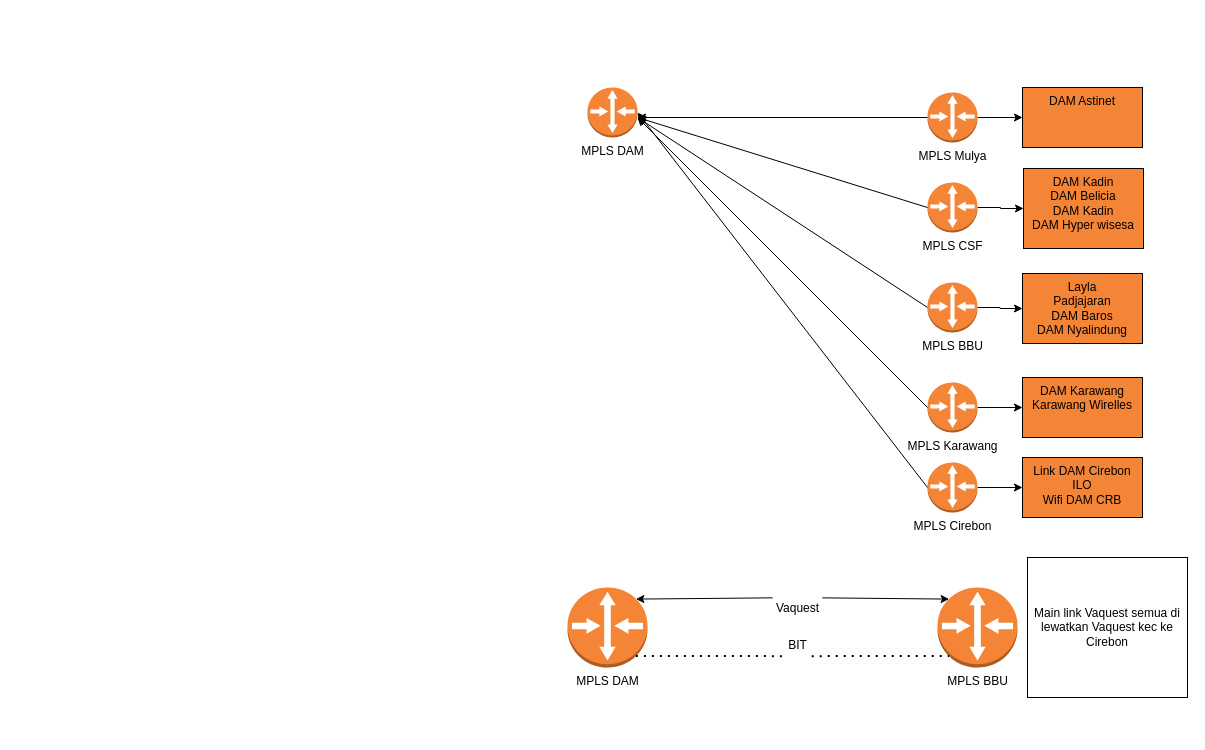
akbar12109/akbar12109.github.io keeps this draw.io diagram as DAM.drawio. Above is the earlier version. Source tidied: cells renumbered, new cells numbered last; positions are measured from the earlier drawing's top-left corner, leaving out a move shared by most shapes. Both pictures are drawn from the tidied source at 100%, with x=0, y=0 at pixel (567, 87).
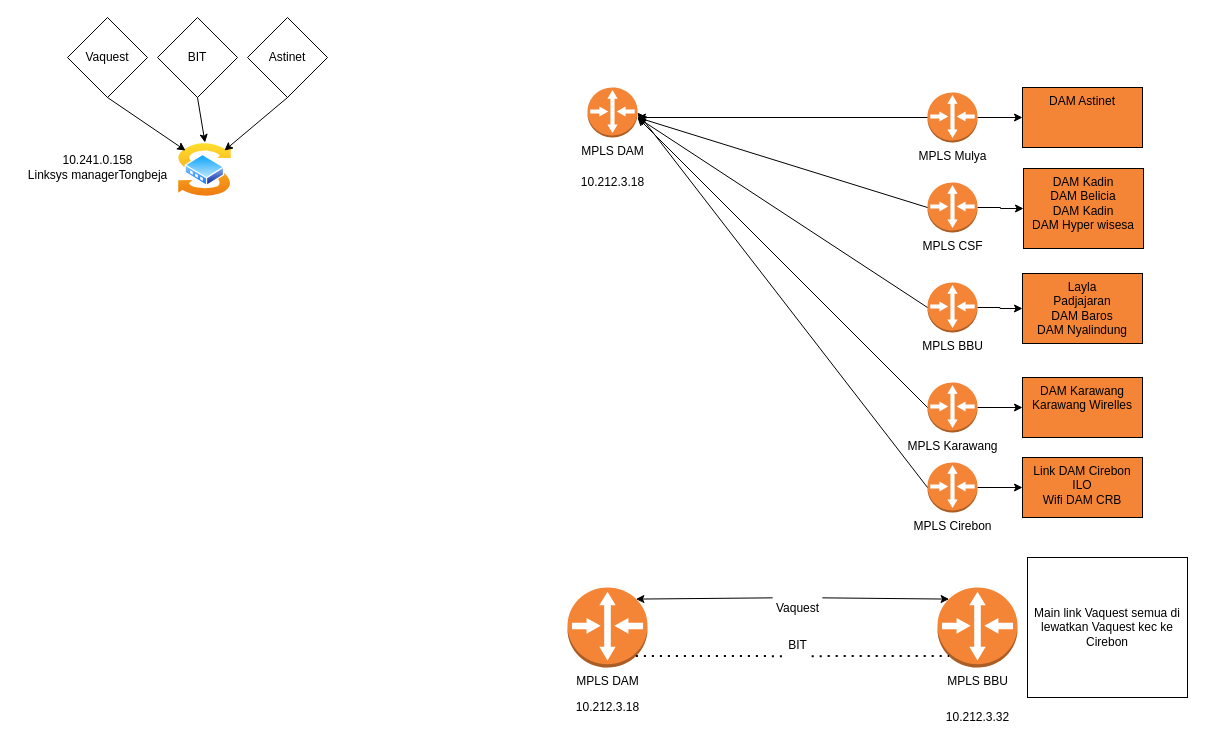
The same diagram, later.

The edit, as a diff of the source:
```diff
@@
+    <mxCell id="32" value="10.212.3.18" style="text;html=1;align=center;verticalAlign=middle;strokeColor=none;fillColor=none;" parent="1" vertex="1">
+      <mxGeometry y="80" width="90" height="30" as="geometry" />
+    </mxCell>
+    <mxCell id="33" value="10.212.3.18" style="text;html=1;align=center;verticalAlign=middle;strokeColor=none;fillColor=none;" parent="1" vertex="1">
+      <mxGeometry x="-5" y="605" width="90" height="30" as="geometry" />
+    </mxCell>
+    <mxCell id="34" value="10.212.3.32" style="text;html=1;align=center;verticalAlign=middle;strokeColor=none;fillColor=none;" parent="1" vertex="1">
+      <mxGeometry x="365" y="615" width="90" height="30" as="geometry" />
+    </mxCell>
+    <mxCell id="35" style="perimeter=ellipsePerimeter;html=1;align=center;shadow=0;dashed=0;spacingTop=3;image;image=img/lib/active_directory/switch.svg;" parent="1" vertex="1">
+      <mxGeometry x="-390" y="55" width="55" height="55" as="geometry" />
+    </mxCell>
+    <mxCell id="36" value="Vaquest" style="rhombus;whiteSpace=wrap;html=1;" parent="1" vertex="1">
+      <mxGeometry x="-500" y="-70" width="80" height="80" as="geometry" />
+    </mxCell>
+    <mxCell id="37" value="BIT" style="rhombus;whiteSpace=wrap;html=1;" parent="1" vertex="1">
+      <mxGeometry x="-410" y="-70" width="80" height="80" as="geometry" />
+    </mxCell>
+    <mxCell id="38" value="10.241.0.158 &lt;br&gt;Linksys managerTongbeja" style="text;html=1;align=center;verticalAlign=middle;strokeColor=none;fillColor=none;" parent="1" vertex="1">
+      <mxGeometry x="-550" y="60" width="160" height="40" as="geometry" />
+    </mxCell>
+    <mxCell id="39" style="endArrow=classic;html=1;rounded=0;entryX=0;entryY=0;entryDx=0;entryDy=0;exitX=0.5;exitY=1;exitDx=0;exitDy=0;" parent="1" edge="1" source="36" target="35">
+      <mxGeometry relative="1" as="geometry" />
+    </mxCell>
+    <mxCell id="40" style="endArrow=classic;html=1;rounded=0;exitX=0.5;exitY=1;exitDx=0;exitDy=0;entryX=0.5;entryY=0;entryDx=0;entryDy=0;" parent="1" edge="1" source="37" target="35">
+      <mxGeometry relative="1" as="geometry" />
+    </mxCell>
+    <mxCell id="41" value="Astinet" style="rhombus;whiteSpace=wrap;html=1;" parent="1" vertex="1">
+      <mxGeometry x="-320" y="-70" width="80" height="80" as="geometry" />
+    </mxCell>
+    <mxCell id="42" style="endArrow=classic;html=1;rounded=0;exitX=0.5;exitY=1;exitDx=0;exitDy=0;entryX=1;entryY=0;entryDx=0;entryDy=0;" parent="1" edge="1" source="41" target="35">
+      <mxGeometry relative="1" as="geometry" />
+    </mxCell>
```
